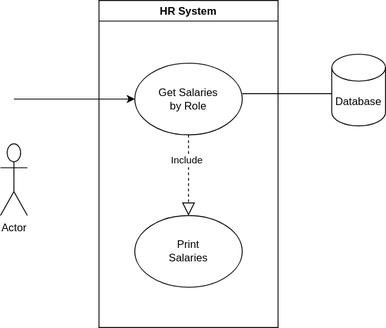
Earlier version of the draw.io export use-cases/Population Information System.svg (moi-kei/set08103_Group-11). Source tidied: cells renumbered, new cells last; positions are measured from the earlier drawing's top-left corner, leaving out a move shared by most shapes. The source it was exported from:
```xml
<mxGraphModel>
  <root>
    <mxCell id="0" />
    <mxCell id="1" parent="0" />
    <mxCell id="2" style="edgeStyle=orthogonalEdgeStyle;rounded=0;jettySize=auto;html=1;exitX=0.5;exitY=0.5;exitDx=0;exitDy=0;exitPerimeter=0;entryX=0;entryY=0.5;entryDx=0;entryDy=0;" parent="1" edge="1" target="4">
      <mxGeometry relative="1" as="geometry">
        <mxPoint x="15" y="110" as="sourcePoint" />
      </mxGeometry>
    </mxCell>
    <mxCell id="3" value="HR System" style="swimlane;" parent="1" vertex="1">
      <mxGeometry x="110" width="200" height="365" as="geometry" />
    </mxCell>
    <mxCell id="4" value="Get Salaries &lt;br&gt;by Role" style="ellipse;whiteSpace=wrap;html=1;" parent="3" vertex="1">
      <mxGeometry x="40" y="70" width="120" height="80" as="geometry" />
    </mxCell>
    <mxCell id="5" value="Print &lt;br&gt;Salaries" style="ellipse;whiteSpace=wrap;html=1;" parent="3" vertex="1">
      <mxGeometry x="40" y="240" width="120" height="80" as="geometry" />
    </mxCell>
    <mxCell id="6" style="endArrow=block;dashed=1;endFill=0;endSize=12;html=1;rounded=0;exitX=0.5;exitY=1;exitDx=0;exitDy=0;" parent="1" edge="1" source="4">
      <mxGeometry relative="1" as="geometry">
        <mxPoint x="210" y="240" as="targetPoint" />
      </mxGeometry>
    </mxCell>
    <mxCell id="7" value="Include" style="edgeLabel;html=1;align=center;verticalAlign=middle;" parent="6" vertex="1">
      <mxGeometry x="-0.4" y="-3" relative="1" as="geometry" />
    </mxCell>
    <mxCell id="8" style="line;strokeWidth=1;fillColor=none;align=left;verticalAlign=middle;spacingTop=-1;spacingLeft=3;spacingRight=3;labelPosition=right;" parent="1" vertex="1">
      <mxGeometry x="270" y="100" width="100" height="8" as="geometry" />
    </mxCell>
    <mxCell id="9" value="Database" style="shape=cylinder3;whiteSpace=wrap;html=1;boundedLbl=1;backgroundOutline=1;size=15;" parent="1" vertex="1">
      <mxGeometry x="370" y="60" width="60" height="80" as="geometry" />
    </mxCell>
    <mxCell id="10" value="Actor" style="shape=umlActor;verticalLabelPosition=bottom;verticalAlign=top;html=1;" parent="1" vertex="1">
      <mxGeometry y="160" width="30" height="80" as="geometry" />
    </mxCell>
  </root>
</mxGraphModel>
```
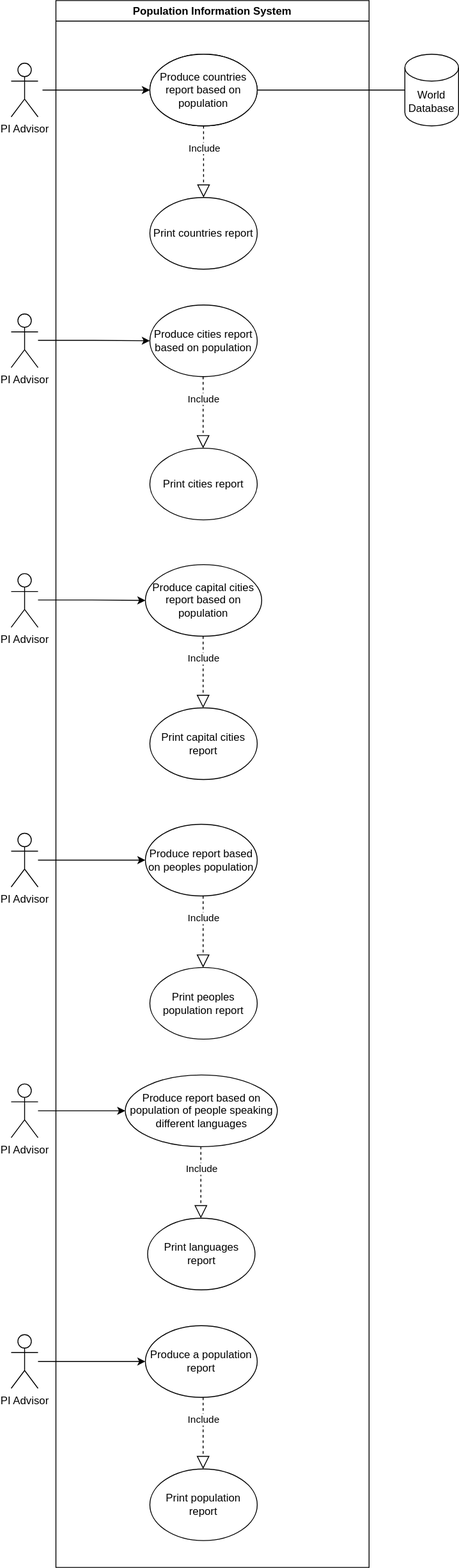
Above is the later version.

Commit message:
Update use case diagram

Diff of the diagram source:
```diff
@@ -7,31 +7,173 @@
         <mxPoint x="15" y="110" as="sourcePoint" />
       </mxGeometry>
     </mxCell>
-    <mxCell id="3" value="HR System" style="swimlane;" parent="1" vertex="1">
-      <mxGeometry x="110" width="200" height="365" as="geometry" />
+    <mxCell id="3" value="Population Information System" style="swimlane;" parent="1" vertex="1">
+      <mxGeometry x="30" y="10" width="350" height="1750" as="geometry" />
     </mxCell>
-    <mxCell id="4" value="Get Salaries &lt;br&gt;by Role" style="ellipse;whiteSpace=wrap;html=1;" parent="3" vertex="1">
-      <mxGeometry x="40" y="70" width="120" height="80" as="geometry" />
+    <mxCell id="4" value="Produce countries report based on population" style="ellipse;whiteSpace=wrap;html=1;" parent="3" vertex="1">
+      <mxGeometry x="105" y="60" width="120" height="80" as="geometry" />
     </mxCell>
-    <mxCell id="5" value="Print &lt;br&gt;Salaries" style="ellipse;whiteSpace=wrap;html=1;" parent="3" vertex="1">
-      <mxGeometry x="40" y="240" width="120" height="80" as="geometry" />
+    <mxCell id="5" value="Print countries report" style="ellipse;whiteSpace=wrap;html=1;" parent="3" vertex="1">
+      <mxGeometry x="105" y="220" width="120" height="80" as="geometry" />
     </mxCell>
+    <mxCell id="11" style="edgeStyle=orthogonalEdgeStyle;rounded=0;jettySize=auto;html=1;exitX=0.5;exitY=0.5;exitDx=0;exitDy=0;exitPerimeter=0;entryX=0;entryY=0.5;entryDx=0;entryDy=0;" parent="3" edge="1" target="13">
+      <mxGeometry relative="1" as="geometry">
+        <mxPoint x="-20" y="379.5" as="sourcePoint" />
+      </mxGeometry>
+    </mxCell>
+    <mxCell id="12" value="Print cities report" style="ellipse;whiteSpace=wrap;html=1;" parent="3" vertex="1">
+      <mxGeometry x="105" y="500" width="120" height="80" as="geometry" />
+    </mxCell>
+    <mxCell id="13" value="Produce cities report based on population" style="ellipse;whiteSpace=wrap;html=1;" parent="3" vertex="1">
+      <mxGeometry x="105" y="340" width="120" height="80" as="geometry" />
+    </mxCell>
+    <mxCell id="14" style="edgeStyle=orthogonalEdgeStyle;rounded=0;jettySize=auto;html=1;exitX=0.5;exitY=0.5;exitDx=0;exitDy=0;exitPerimeter=0;entryX=0;entryY=0.5;entryDx=0;entryDy=0;" parent="3" edge="1" target="17">
+      <mxGeometry relative="1" as="geometry">
+        <mxPoint x="-20" y="669.5" as="sourcePoint" />
+      </mxGeometry>
+    </mxCell>
+    <mxCell id="15" value="Print capital cities report" style="ellipse;whiteSpace=wrap;html=1;" parent="3" vertex="1">
+      <mxGeometry x="105" y="790" width="120" height="80" as="geometry" />
+    </mxCell>
+    <mxCell id="16" value="PI Advisor" style="shape=umlActor;verticalLabelPosition=bottom;verticalAlign=top;html=1;" parent="3" vertex="1">
+      <mxGeometry x="-50" y="640" width="30" height="60" as="geometry" />
+    </mxCell>
+    <mxCell id="17" value="Produce capital cities report based on population" style="ellipse;whiteSpace=wrap;html=1;" parent="3" vertex="1">
+      <mxGeometry x="100" y="630" width="130" height="80" as="geometry" />
+    </mxCell>
+    <mxCell id="18" value="Print peoples population report" style="ellipse;whiteSpace=wrap;html=1;" parent="3" vertex="1">
+      <mxGeometry x="105" y="1080" width="120" height="80" as="geometry" />
+    </mxCell>
+    <mxCell id="19" value="Produce report based on peoples population" style="ellipse;whiteSpace=wrap;html=1;" parent="3" vertex="1">
+      <mxGeometry x="100" y="920" width="125" height="80" as="geometry" />
+    </mxCell>
+    <mxCell id="20" style="endArrow=block;dashed=1;endFill=0;endSize=12;html=1;rounded=0;exitX=0.5;exitY=1;exitDx=0;exitDy=0;" parent="3" edge="1">
+      <mxGeometry relative="1" as="geometry">
+        <mxPoint x="164.5" y="420" as="sourcePoint" />
+        <mxPoint x="164.5" y="500" as="targetPoint" />
+      </mxGeometry>
+    </mxCell>
+    <mxCell id="21" value="Include" style="edgeLabel;html=1;align=center;verticalAlign=middle;" parent="20" vertex="1">
+      <mxGeometry x="-0.4" y="-3" relative="1" as="geometry">
+        <mxPoint x="3" as="offset" />
+      </mxGeometry>
+    </mxCell>
+    <mxCell id="22" style="endArrow=block;dashed=1;endFill=0;endSize=12;html=1;rounded=0;exitX=0.5;exitY=1;exitDx=0;exitDy=0;" parent="3" edge="1">
+      <mxGeometry relative="1" as="geometry">
+        <mxPoint x="164.5" y="710" as="sourcePoint" />
+        <mxPoint x="164.5" y="790" as="targetPoint" />
+      </mxGeometry>
+    </mxCell>
+    <mxCell id="23" value="Include" style="edgeLabel;html=1;align=center;verticalAlign=middle;" parent="22" vertex="1">
+      <mxGeometry x="-0.4" y="-3" relative="1" as="geometry">
+        <mxPoint x="3" as="offset" />
+      </mxGeometry>
+    </mxCell>
+    <mxCell id="24" value="Print languages report" style="ellipse;whiteSpace=wrap;html=1;" parent="3" vertex="1">
+      <mxGeometry x="102.5" y="1360" width="120" height="80" as="geometry" />
+    </mxCell>
+    <mxCell id="25" value="Produce report based on population of people speaking different languages" style="ellipse;whiteSpace=wrap;html=1;" parent="3" vertex="1">
+      <mxGeometry x="77.5" y="1200" width="170" height="80" as="geometry" />
+    </mxCell>
+    <mxCell id="26" style="edgeStyle=orthogonalEdgeStyle;rounded=0;jettySize=auto;html=1;entryX=0;entryY=0.5;entryDx=0;entryDy=0;" parent="3" edge="1" target="25">
+      <mxGeometry relative="1" as="geometry">
+        <mxPoint x="-20" y="1240" as="sourcePoint" />
+        <Array as="points">
+          <mxPoint x="20" y="1240" />
+          <mxPoint x="20" y="1240" />
+        </Array>
+      </mxGeometry>
+    </mxCell>
+    <mxCell id="27" value="PI Advisor" style="shape=umlActor;verticalLabelPosition=bottom;verticalAlign=top;html=1;" parent="3" vertex="1">
+      <mxGeometry x="-50" y="1210" width="30" height="60" as="geometry" />
+    </mxCell>
+    <mxCell id="28" value="Print population report" style="ellipse;whiteSpace=wrap;html=1;" parent="3" vertex="1">
+      <mxGeometry x="105" y="1640" width="120" height="80" as="geometry" />
+    </mxCell>
+    <mxCell id="29" value="Produce a population report" style="ellipse;whiteSpace=wrap;html=1;" parent="3" vertex="1">
+      <mxGeometry x="100" y="1480" width="125" height="80" as="geometry" />
+    </mxCell>
+    <mxCell id="30" style="edgeStyle=orthogonalEdgeStyle;rounded=0;jettySize=auto;html=1;entryX=0;entryY=0.5;entryDx=0;entryDy=0;" parent="3" edge="1" target="29">
+      <mxGeometry relative="1" as="geometry">
+        <mxPoint x="-20" y="1520" as="sourcePoint" />
+        <Array as="points">
+          <mxPoint x="20" y="1520" />
+          <mxPoint x="20" y="1520" />
+        </Array>
+      </mxGeometry>
+    </mxCell>
+    <mxCell id="31" style="endArrow=block;dashed=1;endFill=0;endSize=12;html=1;rounded=0;exitX=0.5;exitY=1;exitDx=0;exitDy=0;" parent="3" edge="1">
+      <mxGeometry relative="1" as="geometry">
+        <mxPoint x="164.5" y="1560" as="sourcePoint" />
+        <mxPoint x="164.5" y="1640" as="targetPoint" />
+      </mxGeometry>
+    </mxCell>
+    <mxCell id="32" value="Include" style="edgeLabel;html=1;align=center;verticalAlign=middle;" parent="31" vertex="1">
+      <mxGeometry x="-0.4" y="-3" relative="1" as="geometry">
+        <mxPoint x="3" as="offset" />
+      </mxGeometry>
+    </mxCell>
+    <mxCell id="33" value="PI Advisor" style="shape=umlActor;verticalLabelPosition=bottom;verticalAlign=top;html=1;" parent="3" vertex="1">
+      <mxGeometry x="-50" y="1490" width="30" height="60" as="geometry" />
+    </mxCell>
+    <mxCell id="34" style="endArrow=block;dashed=1;endFill=0;endSize=12;html=1;rounded=0;exitX=0.5;exitY=1;exitDx=0;exitDy=0;" parent="3" edge="1">
+      <mxGeometry relative="1" as="geometry">
+        <mxPoint x="162" y="1280" as="sourcePoint" />
+        <mxPoint x="162" y="1360" as="targetPoint" />
+      </mxGeometry>
+    </mxCell>
+    <mxCell id="35" value="Include" style="edgeLabel;html=1;align=center;verticalAlign=middle;" parent="34" vertex="1">
+      <mxGeometry x="-0.4" y="-3" relative="1" as="geometry">
+        <mxPoint x="3" as="offset" />
+      </mxGeometry>
+    </mxCell>
     <mxCell id="6" style="endArrow=block;dashed=1;endFill=0;endSize=12;html=1;rounded=0;exitX=0.5;exitY=1;exitDx=0;exitDy=0;" parent="1" edge="1" source="4">
       <mxGeometry relative="1" as="geometry">
-        <mxPoint x="210" y="240" as="targetPoint" />
+        <mxPoint x="195" y="230" as="targetPoint" />
       </mxGeometry>
     </mxCell>
     <mxCell id="7" value="Include" style="edgeLabel;html=1;align=center;verticalAlign=middle;" parent="6" vertex="1">
-      <mxGeometry x="-0.4" y="-3" relative="1" as="geometry" />
+      <mxGeometry x="-0.4" y="-3" relative="1" as="geometry">
+        <mxPoint x="3" as="offset" />
+      </mxGeometry>
     </mxCell>
+    <mxCell id="9" value="World&lt;br&gt;Database" style="shape=cylinder3;whiteSpace=wrap;html=1;boundedLbl=1;backgroundOutline=1;size=15;" parent="1" vertex="1">
+      <mxGeometry x="420" y="70" width="60" height="80" as="geometry" />
+    </mxCell>
+    <mxCell id="36" value="PI Advisor" style="shape=umlActor;verticalLabelPosition=bottom;verticalAlign=top;html=1;" parent="1" vertex="1">
+      <mxGeometry x="-20" y="80" width="30" height="60" as="geometry" />
+    </mxCell>
     <mxCell id="8" style="line;strokeWidth=1;fillColor=none;align=left;verticalAlign=middle;spacingTop=-1;spacingLeft=3;spacingRight=3;labelPosition=right;" parent="1" vertex="1">
-      <mxGeometry x="270" y="100" width="100" height="8" as="geometry" />
+      <mxGeometry x="255" y="106" width="165" height="8" as="geometry" />
     </mxCell>
-    <mxCell id="9" value="Database" style="shape=cylinder3;whiteSpace=wrap;html=1;boundedLbl=1;backgroundOutline=1;size=15;" parent="1" vertex="1">
-      <mxGeometry x="370" y="60" width="60" height="80" as="geometry" />
-    </mxCell>
-    <mxCell id="10" value="Actor" style="shape=umlActor;verticalLabelPosition=bottom;verticalAlign=top;html=1;" parent="1" vertex="1">
-      <mxGeometry y="160" width="30" height="80" as="geometry" />
-    </mxCell>
+    <mxCell id="37" value="PI Advisor" style="shape=umlActor;verticalLabelPosition=bottom;verticalAlign=top;html=1;" parent="1" vertex="1">
+      <mxGeometry x="-20" y="360" width="30" height="60" as="geometry" />
+    </mxCell>
+    <mxCell id="38" value="Produce countries report based on population" style="ellipse;whiteSpace=wrap;html=1;" parent="1" vertex="1">
+      <mxGeometry x="135" y="70" width="120" height="80" as="geometry" />
+    </mxCell>
+    <mxCell id="39" style="edgeStyle=orthogonalEdgeStyle;rounded=0;jettySize=auto;html=1;entryX=0;entryY=0.5;entryDx=0;entryDy=0;" parent="1" edge="1" target="19">
+      <mxGeometry relative="1" as="geometry">
+        <mxPoint x="10" y="970" as="sourcePoint" />
+        <Array as="points">
+          <mxPoint x="50" y="970" />
+          <mxPoint x="50" y="970" />
+        </Array>
+      </mxGeometry>
+    </mxCell>
+    <mxCell id="40" style="endArrow=block;dashed=1;endFill=0;endSize=12;html=1;rounded=0;exitX=0.5;exitY=1;exitDx=0;exitDy=0;" parent="1" edge="1">
+      <mxGeometry relative="1" as="geometry">
+        <mxPoint x="194.5" y="1010" as="sourcePoint" />
+        <mxPoint x="194.5" y="1090" as="targetPoint" />
+      </mxGeometry>
+    </mxCell>
+    <mxCell id="41" value="Include" style="edgeLabel;html=1;align=center;verticalAlign=middle;" parent="40" vertex="1">
+      <mxGeometry x="-0.4" y="-3" relative="1" as="geometry">
+        <mxPoint x="3" as="offset" />
+      </mxGeometry>
+    </mxCell>
+    <mxCell id="42" value="PI Advisor" style="shape=umlActor;verticalLabelPosition=bottom;verticalAlign=top;html=1;" parent="1" vertex="1">
+      <mxGeometry x="-20" y="940" width="30" height="60" as="geometry" />
+    </mxCell>
   </root>
 </mxGraphModel>
```
